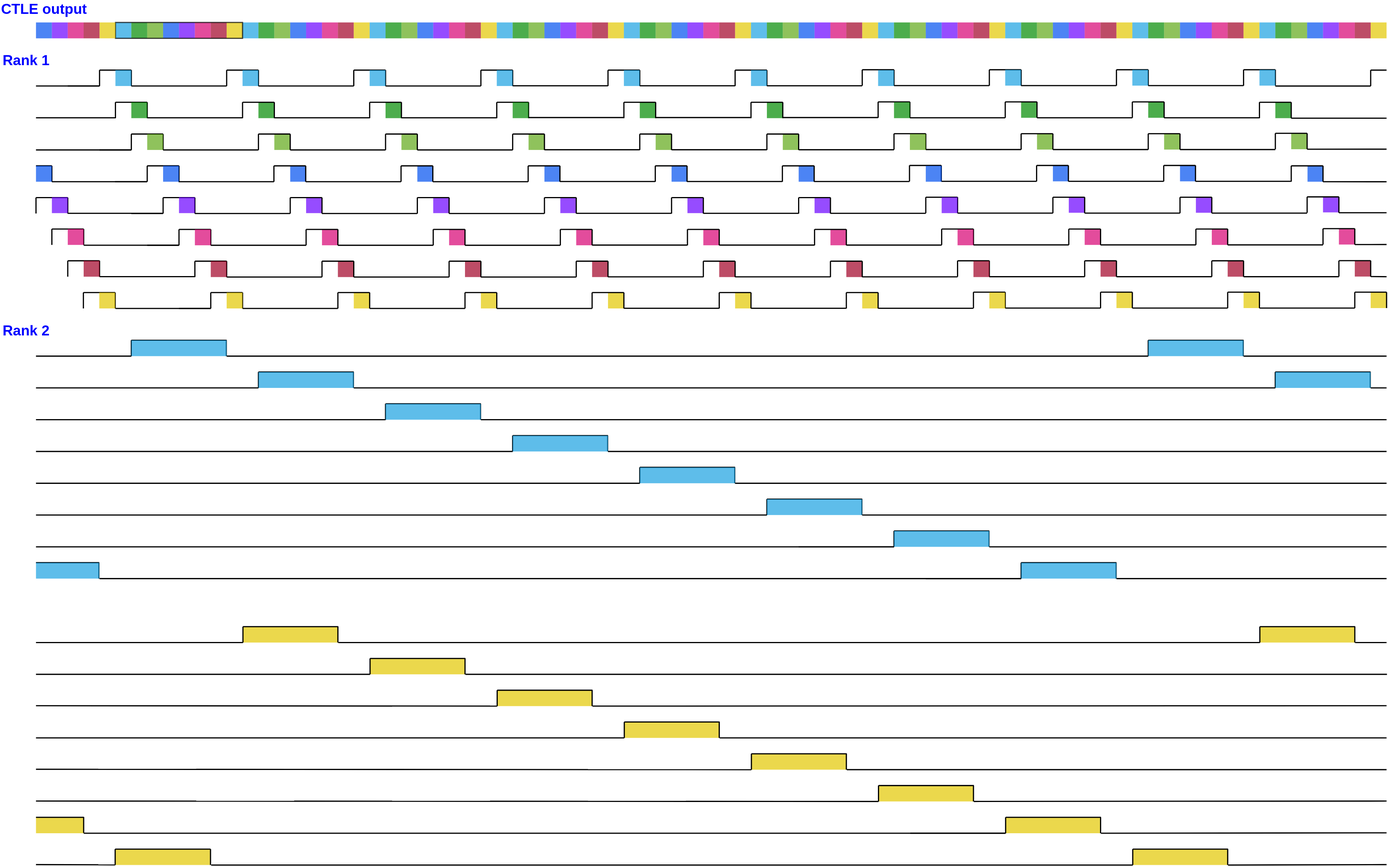
Before: source/_posts/paper-reading/8way-interleaving-Marvell-ISSCC2022.drawio.svg, a diagram exported from draw.io (raytroop/raytroop.github.io). Source tidied: cells renumbered, new cells last; positions are measured from the earlier drawing's top-left corner, leaving out a move shared by most shapes.
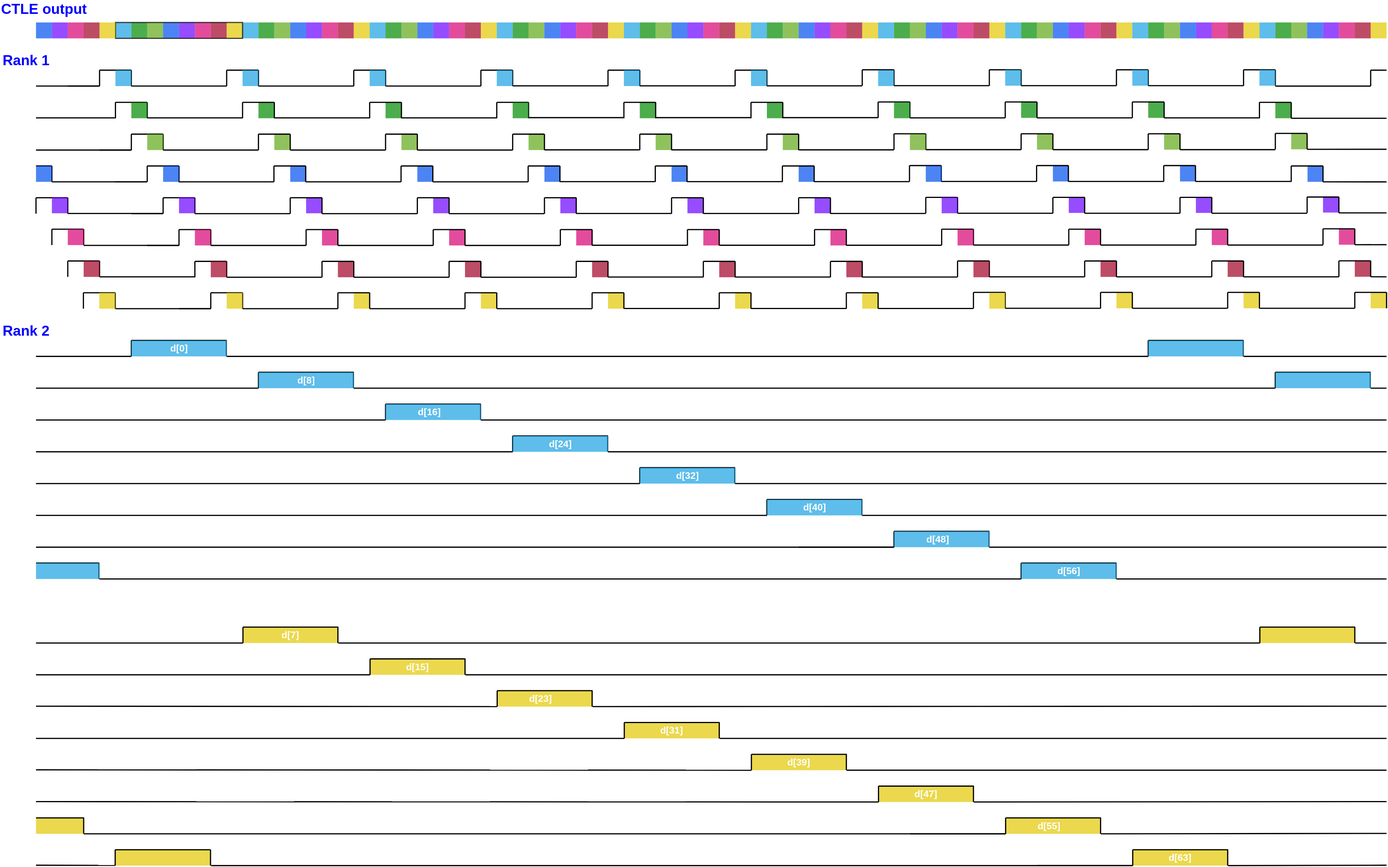
After the change.

What changed in the source:
```diff
@@ -3530,5 +3530,53 @@
     <mxCell id="724" value="&lt;font style=&quot;font-size: 36px;&quot; color=&quot;#0000ff&quot;&gt;&lt;b style=&quot;&quot;&gt;Rank 2&lt;/b&gt;&lt;/font&gt;" style="text;html=1;align=center;verticalAlign=middle;whiteSpace=wrap;rounded=0;" parent="1" vertex="1">
       <mxGeometry y="810" width="130" height="30" as="geometry" />
     </mxCell>
+    <mxCell id="725" value="&lt;font style=&quot;font-size: 24px; color: rgb(255, 255, 255);&quot;&gt;&lt;b style=&quot;&quot;&gt;d[0]&lt;/b&gt;&lt;/font&gt;" style="text;html=1;align=center;verticalAlign=middle;whiteSpace=wrap;rounded=0;" parent="1" vertex="1">
+      <mxGeometry x="430" y="855" width="40" height="30" as="geometry" />
+    </mxCell>
+    <mxCell id="726" value="&lt;font style=&quot;font-size: 24px; color: rgb(255, 255, 255);&quot;&gt;&lt;b style=&quot;&quot;&gt;d[8]&lt;/b&gt;&lt;/font&gt;" style="text;html=1;align=center;verticalAlign=middle;whiteSpace=wrap;rounded=0;" parent="1" vertex="1">
+      <mxGeometry x="750" y="935" width="40" height="30" as="geometry" />
+    </mxCell>
+    <mxCell id="727" value="&lt;font style=&quot;font-size: 24px; color: rgb(255, 255, 255);&quot;&gt;&lt;b style=&quot;&quot;&gt;d[16]&lt;/b&gt;&lt;/font&gt;" style="text;html=1;align=center;verticalAlign=middle;whiteSpace=wrap;rounded=0;" parent="1" vertex="1">
+      <mxGeometry x="1060" y="1015" width="40" height="30" as="geometry" />
+    </mxCell>
+    <mxCell id="728" value="&lt;font style=&quot;font-size: 24px; color: rgb(255, 255, 255);&quot;&gt;&lt;b style=&quot;&quot;&gt;d[24]&lt;/b&gt;&lt;/font&gt;" style="text;html=1;align=center;verticalAlign=middle;whiteSpace=wrap;rounded=0;" parent="1" vertex="1">
+      <mxGeometry x="1390" y="1095" width="40" height="30" as="geometry" />
+    </mxCell>
+    <mxCell id="729" value="&lt;font style=&quot;font-size: 24px; color: rgb(255, 255, 255);&quot;&gt;&lt;b style=&quot;&quot;&gt;d[32]&lt;/b&gt;&lt;/font&gt;" style="text;html=1;align=center;verticalAlign=middle;whiteSpace=wrap;rounded=0;" parent="1" vertex="1">
+      <mxGeometry x="1710" y="1175" width="40" height="30" as="geometry" />
+    </mxCell>
+    <mxCell id="730" value="&lt;font style=&quot;font-size: 24px; color: rgb(255, 255, 255);&quot;&gt;&lt;b style=&quot;&quot;&gt;d[40]&lt;/b&gt;&lt;/font&gt;" style="text;html=1;align=center;verticalAlign=middle;whiteSpace=wrap;rounded=0;" parent="1" vertex="1">
+      <mxGeometry x="2030" y="1255" width="40" height="30" as="geometry" />
+    </mxCell>
+    <mxCell id="731" value="&lt;font style=&quot;font-size: 24px; color: rgb(255, 255, 255);&quot;&gt;&lt;b style=&quot;&quot;&gt;d[48]&lt;/b&gt;&lt;/font&gt;" style="text;html=1;align=center;verticalAlign=middle;whiteSpace=wrap;rounded=0;" parent="1" vertex="1">
+      <mxGeometry x="2340" y="1335" width="40" height="30" as="geometry" />
+    </mxCell>
+    <mxCell id="732" value="&lt;font style=&quot;font-size: 24px; color: rgb(255, 255, 255);&quot;&gt;&lt;b style=&quot;&quot;&gt;d[56]&lt;/b&gt;&lt;/font&gt;" style="text;html=1;align=center;verticalAlign=middle;whiteSpace=wrap;rounded=0;" parent="1" vertex="1">
+      <mxGeometry x="2670" y="1415" width="40" height="30" as="geometry" />
+    </mxCell>
+    <mxCell id="733" value="&lt;font style=&quot;font-size: 24px; color: rgb(255, 255, 255);&quot;&gt;&lt;b style=&quot;&quot;&gt;d[7]&lt;/b&gt;&lt;/font&gt;" style="text;html=1;align=center;verticalAlign=middle;whiteSpace=wrap;rounded=0;" parent="1" vertex="1">
+      <mxGeometry x="710" y="1576" width="40" height="30" as="geometry" />
+    </mxCell>
+    <mxCell id="734" value="&lt;font style=&quot;font-size: 24px; color: rgb(255, 255, 255);&quot;&gt;&lt;b style=&quot;&quot;&gt;d[15]&lt;/b&gt;&lt;/font&gt;" style="text;html=1;align=center;verticalAlign=middle;whiteSpace=wrap;rounded=0;" parent="1" vertex="1">
+      <mxGeometry x="1030" y="1656" width="40" height="30" as="geometry" />
+    </mxCell>
+    <mxCell id="735" value="&lt;font style=&quot;font-size: 24px; color: rgb(255, 255, 255);&quot;&gt;&lt;b style=&quot;&quot;&gt;d[23]&lt;/b&gt;&lt;/font&gt;" style="text;html=1;align=center;verticalAlign=middle;whiteSpace=wrap;rounded=0;" parent="1" vertex="1">
+      <mxGeometry x="1340" y="1736" width="40" height="30" as="geometry" />
+    </mxCell>
+    <mxCell id="736" value="&lt;font style=&quot;font-size: 24px; color: rgb(255, 255, 255);&quot;&gt;&lt;b style=&quot;&quot;&gt;d[31]&lt;/b&gt;&lt;/font&gt;" style="text;html=1;align=center;verticalAlign=middle;whiteSpace=wrap;rounded=0;" parent="1" vertex="1">
+      <mxGeometry x="1670" y="1816" width="40" height="30" as="geometry" />
+    </mxCell>
+    <mxCell id="737" value="&lt;font style=&quot;font-size: 24px; color: rgb(255, 255, 255);&quot;&gt;&lt;b style=&quot;&quot;&gt;d[39]&lt;/b&gt;&lt;/font&gt;" style="text;html=1;align=center;verticalAlign=middle;whiteSpace=wrap;rounded=0;" parent="1" vertex="1">
+      <mxGeometry x="1990" y="1896" width="40" height="30" as="geometry" />
+    </mxCell>
+    <mxCell id="738" value="&lt;font style=&quot;font-size: 24px; color: rgb(255, 255, 255);&quot;&gt;&lt;b style=&quot;&quot;&gt;d[47]&lt;/b&gt;&lt;/font&gt;" style="text;html=1;align=center;verticalAlign=middle;whiteSpace=wrap;rounded=0;" parent="1" vertex="1">
+      <mxGeometry x="2310" y="1976" width="40" height="30" as="geometry" />
+    </mxCell>
+    <mxCell id="739" value="&lt;font style=&quot;font-size: 24px; color: rgb(255, 255, 255);&quot;&gt;&lt;b style=&quot;&quot;&gt;d[55]&lt;/b&gt;&lt;/font&gt;" style="text;html=1;align=center;verticalAlign=middle;whiteSpace=wrap;rounded=0;" parent="1" vertex="1">
+      <mxGeometry x="2620" y="2056" width="40" height="30" as="geometry" />
+    </mxCell>
+    <mxCell id="740" value="&lt;font style=&quot;font-size: 24px; color: rgb(255, 255, 255);&quot;&gt;&lt;b style=&quot;&quot;&gt;d[63]&lt;/b&gt;&lt;/font&gt;" style="text;html=1;align=center;verticalAlign=middle;whiteSpace=wrap;rounded=0;" parent="1" vertex="1">
+      <mxGeometry x="2950" y="2136" width="40" height="30" as="geometry" />
+    </mxCell>
   </root>
 </mxGraphModel>
```
